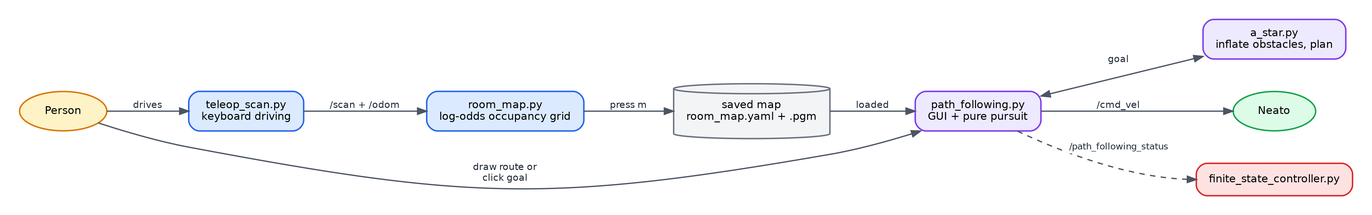
The Graphviz diagram docs/figures/pipeline.png in aditilagisetty/CompRobo-FSM-Project, before a commit. Its source is kept beside it as docs/pipeline.dot. Its diagram source:
```dot
digraph Pipeline {
    graph [rankdir=LR, fontname="DejaVu Sans", bgcolor="white", pad=0.3, nodesep=0.5, ranksep=0.8, splines=spline];
    node  [fontname="DejaVu Sans", fontsize=12, shape=box, style="rounded,filled", penwidth=1.6, margin="0.2,0.13"];
    edge  [fontname="DejaVu Sans", fontsize=10.5, color="#4B5563", fontcolor="#1F2937", penwidth=1.4];

    user  [label="Person", shape=oval, fillcolor="#FEF3C7", color="#D97706"];
    tele  [label="teleop_scan.py\nkeyboard driving", fillcolor="#DBEAFE", color="#2563EB"];
    room  [label="room_map.py\nlog-odds occupancy grid", fillcolor="#DBEAFE", color="#2563EB"];
    map   [label="saved map\nroom_map.yaml + .pgm", shape=cylinder, fillcolor="#F3F4F6", color="#6B7280"];
    path  [label="path_following.py\nGUI + pure pursuit", fillcolor="#EDE9FE", color="#7C3AED"];
    astar [label="a_star.py\ninflate obstacles, plan", fillcolor="#EDE9FE", color="#7C3AED"];
    robot [label="Neato", shape=oval, fillcolor="#DCFCE7", color="#16A34A"];
    fsm   [label="finite_state_controller.py", fillcolor="#FEE2E2", color="#DC2626"];

    user  -> tele  [label="drives"];
    tele  -> room  [label="/scan + /odom"];
    room  -> map   [label="press m"];
    map   -> path  [label="loaded"];
    user  -> path  [label="draw route or\nclick goal", constraint=false];
    path  -> astar [label="goal", dir=both];
    path  -> robot [label="/cmd_vel"];
    path  -> fsm   [label=<<TABLE BORDER="0" CELLBORDER="0" CELLSPACING="0" CELLPADDING="2" BGCOLOR="white"><TR><TD><FONT COLOR="#1F2937" POINT-SIZE="10.5">/path_following_status</FONT></TD></TR></TABLE>>, style=dashed, headport=w];
}
```
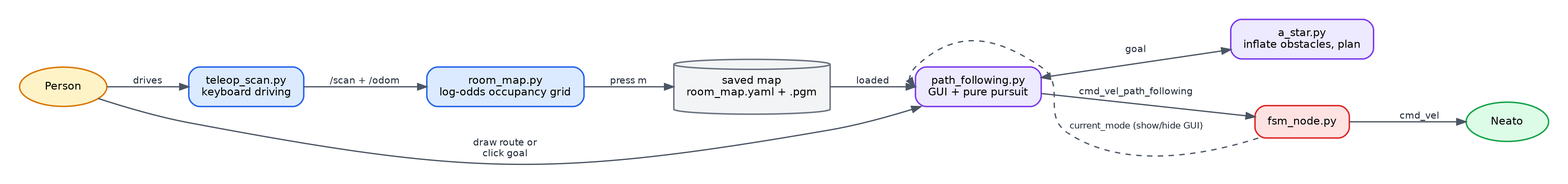
The same file after the commit.

Diff of the diagram source:
```diff
@@ -10,7 +10,7 @@
     path  [label="path_following.py\nGUI + pure pursuit", fillcolor="#EDE9FE", color="#7C3AED"];
     astar [label="a_star.py\ninflate obstacles, plan", fillcolor="#EDE9FE", color="#7C3AED"];
     robot [label="Neato", shape=oval, fillcolor="#DCFCE7", color="#16A34A"];
-    fsm   [label="finite_state_controller.py", fillcolor="#FEE2E2", color="#DC2626"];
+    fsm   [label="fsm_node.py", fillcolor="#FEE2E2", color="#DC2626"];
 
     user  -> tele  [label="drives"];
     tele  -> room  [label="/scan + /odom"];
@@ -18,6 +18,7 @@
     map   -> path  [label="loaded"];
     user  -> path  [label="draw route or\nclick goal", constraint=false];
     path  -> astar [label="goal", dir=both];
-    path  -> robot [label="/cmd_vel"];
-    path  -> fsm   [label=<<TABLE BORDER="0" CELLBORDER="0" CELLSPACING="0" CELLPADDING="2" BGCOLOR="white"><TR><TD><FONT COLOR="#1F2937" POINT-SIZE="10.5">/path_following_status</FONT></TD></TR></TABLE>>, style=dashed, headport=w];
+    path  -> fsm   [label="cmd_vel_path_following"];
+    fsm   -> robot [label="cmd_vel"];
+    fsm   -> path  [label=<<TABLE BORDER="0" CELLBORDER="0" CELLSPACING="0" CELLPADDING="2" BGCOLOR="white"><TR><TD><FONT COLOR="#1F2937" POINT-SIZE="10.5">current_mode (show/hide GUI)</FONT></TD></TR></TABLE>>, style=dashed, headport=w];
 }
```
